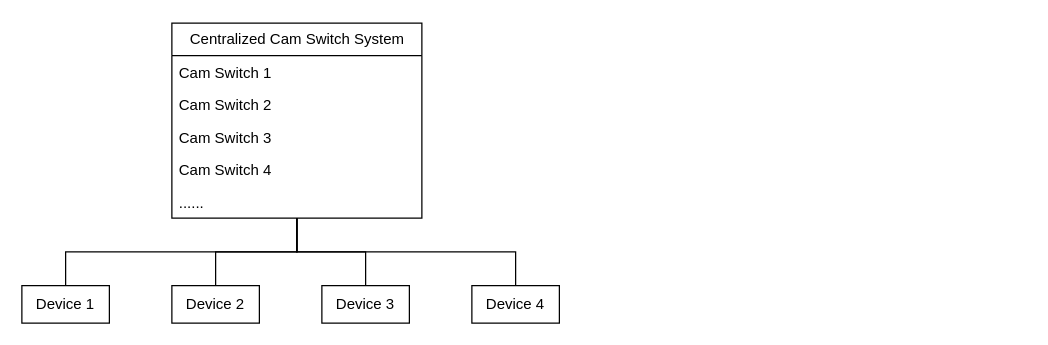
The draw.io diagram Distributed Cam Switch.drawio in RiemannLee19/UMLs, before the edit. Source tidied: cells renumbered, new cells numbered last; positions are measured from the earlier drawing's top-left corner, leaving out a move shared by most shapes. Both pictures are drawn from the tidied source at 125%, with x=0, y=0 at pixel (21, 22).
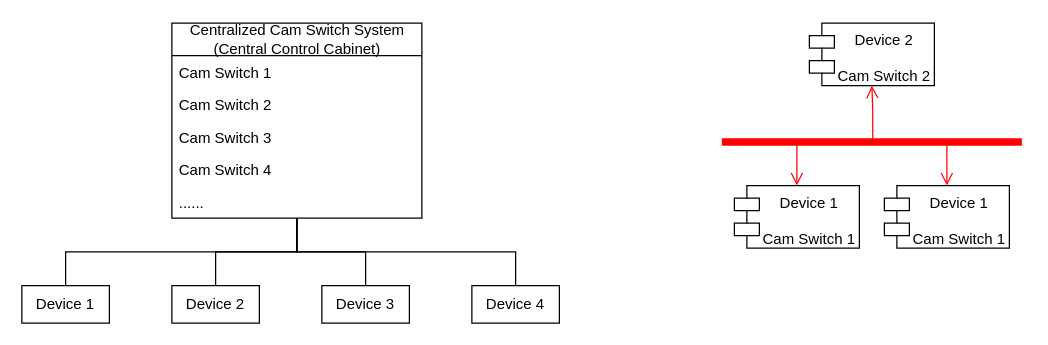
Above is the later version.

The edit, as a diff of the source:
```diff
@@
-    <mxCell id="2" value="Centralized Cam Switch System" style="swimlane;fontStyle=0;horizontal=1;startSize=26;fillColor=none;html=1;" parent="1" vertex="1">
+    <mxCell id="2" value="Centralized Cam Switch System&lt;br&gt;(Central Control Cabinet)" style="swimlane;fontStyle=0;horizontal=1;startSize=26;fillColor=none;html=1;" parent="1" vertex="1">
       <mxGeometry x="120" width="200" height="156" as="geometry" />
     </mxCell>
@@
+    <mxCell id="16" value="Device 1&lt;br&gt;&lt;br&gt;Cam Switch 1" style="shape=module;align=left;spacingLeft=20;align=center;verticalAlign=top;whiteSpace=wrap;html=1;" parent="1" vertex="1">
+      <mxGeometry x="570" y="130" width="100" height="50" as="geometry" />
+    </mxCell>
+    <mxCell id="17" style="shape=line;html=1;strokeWidth=6;strokeColor=#ff0000;" parent="1" vertex="1">
+      <mxGeometry x="560" y="90" width="240" height="10" as="geometry" />
+    </mxCell>
+    <mxCell id="18" style="edgeStyle=orthogonalEdgeStyle;html=1;verticalAlign=bottom;endArrow=open;endSize=8;strokeColor=#ff0000;rounded=0;exitX=0.25;exitY=0.5;exitDx=0;exitDy=0;exitPerimeter=0;" parent="1" edge="1" source="17" target="16">
+      <mxGeometry relative="1" as="geometry" />
+    </mxCell>
+    <mxCell id="19" value="Device 2&lt;br&gt;&lt;br&gt;Cam Switch 2" style="shape=module;align=left;spacingLeft=20;align=center;verticalAlign=top;whiteSpace=wrap;html=1;" parent="1" vertex="1">
+      <mxGeometry x="630" width="100" height="50" as="geometry" />
+    </mxCell>
+    <mxCell id="20" style="edgeStyle=orthogonalEdgeStyle;html=1;verticalAlign=bottom;endArrow=open;endSize=8;strokeColor=#ff0000;rounded=0;exitX=0.503;exitY=0.667;exitDx=0;exitDy=0;exitPerimeter=0;" parent="1" edge="1" source="17" target="19">
+      <mxGeometry relative="1" as="geometry" />
+    </mxCell>
+    <mxCell id="21" value="Device 1&lt;br&gt;&lt;br&gt;Cam Switch 1" style="shape=module;align=left;spacingLeft=20;align=center;verticalAlign=top;whiteSpace=wrap;html=1;" parent="1" vertex="1">
+      <mxGeometry x="690" y="130" width="100" height="50" as="geometry" />
+    </mxCell>
+    <mxCell id="22" style="edgeStyle=orthogonalEdgeStyle;html=1;verticalAlign=bottom;endArrow=open;endSize=8;strokeColor=#ff0000;rounded=0;exitX=0.75;exitY=0.5;exitDx=0;exitDy=0;exitPerimeter=0;" parent="1" edge="1" source="17" target="21">
+      <mxGeometry relative="1" as="geometry" />
+    </mxCell>
```
